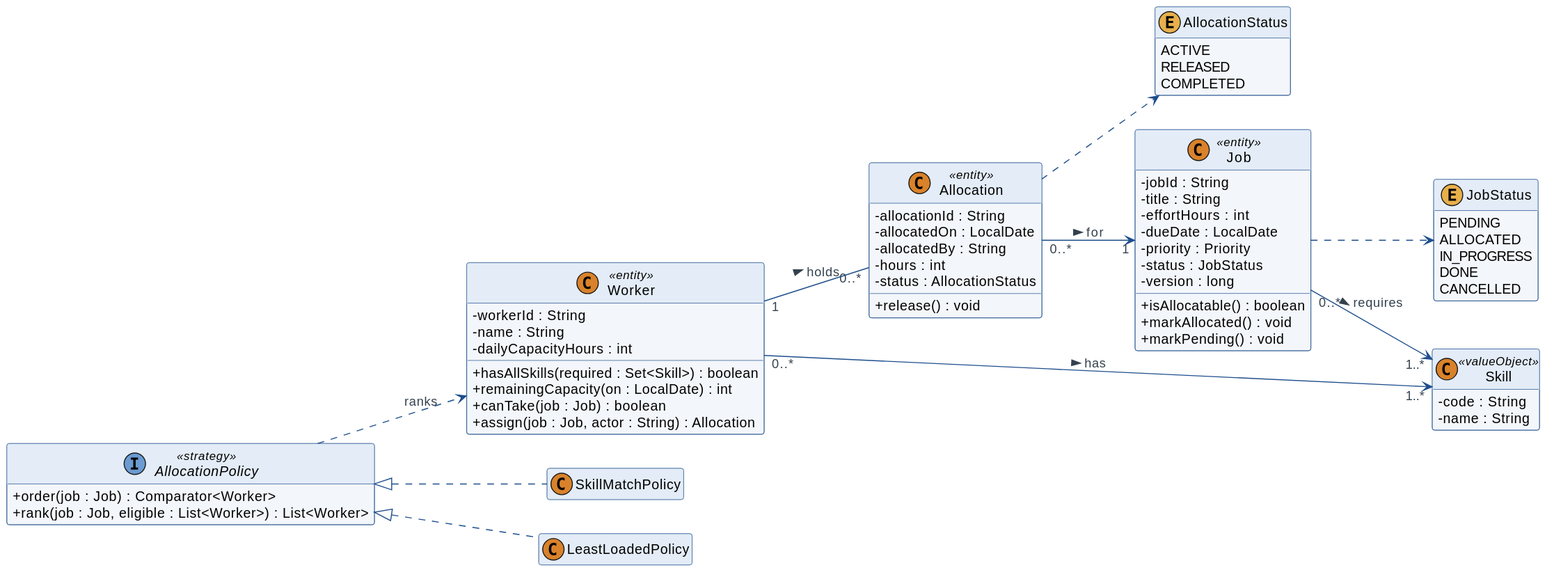
The PlantUML diagram diagrams/svg/06-domain.svg in jaricsng/ooad-3tier-job-allocation, before a commit. Its diagram source:
```plantuml
@startuml
!include style.iuml
skinparam classAttributeIconSize 0
hide empty members
left to right direction

class Worker <<entity>> {
  -workerId : String
  -name : String
  -dailyCapacityHours : int
  +hasAllSkills(required : Set<Skill>) : boolean
  +remainingCapacity(on : LocalDate) : int
  +canTake(job : Job) : boolean
  +assign(job : Job, actor : String) : Allocation
}
class Allocation <<entity>> {
  -allocationId : String
  -allocatedOn : LocalDate
  -allocatedBy : String
  -hours : int
  -status : AllocationStatus
  +release() : void
}
class Job <<entity>> {
  -jobId : String
  -title : String
  -effortHours : int
  -dueDate : LocalDate
  -priority : Priority
  -status : JobStatus
  -version : long
  +isAllocatable() : boolean
  +markAllocated() : void
  +markPending() : void
}
class Skill <<valueObject>> {
  -code : String
  -name : String
}
enum JobStatus {
  PENDING
  ALLOCATED
  IN_PROGRESS
  DONE
  CANCELLED
}
enum AllocationStatus {
  ACTIVE
  RELEASED
  COMPLETED
}
interface AllocationPolicy <<strategy>> {
  +order(job : Job) : Comparator<Worker>
  +rank(job : Job, eligible : List<Worker>) : List<Worker>
}
class SkillMatchPolicy
class LeastLoadedPolicy

Worker "1" -- "0..*" Allocation : holds >
Allocation "0..*" --> "1" Job : for >
Worker "0..*" --> "1..*" Skill : has >
Job "0..*" --> "1..*" Skill : requires >
Job ..> JobStatus
Allocation ..> AllocationStatus
AllocationPolicy <|.. SkillMatchPolicy
AllocationPolicy <|.. LeastLoadedPolicy
AllocationPolicy ..> Worker : ranks
@enduml
```
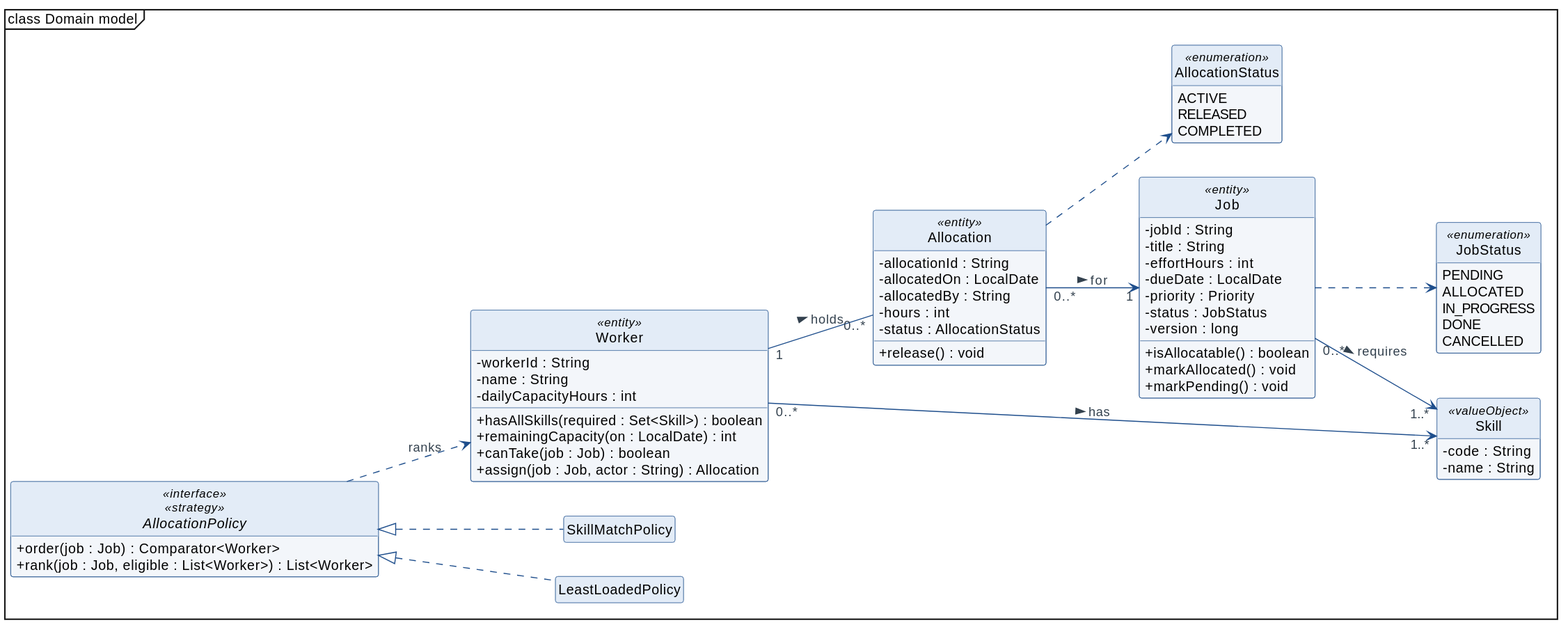
After the commit.

The edit, as a diff of the source:
```diff
@@ -1,5 +1,6 @@
 @startuml
 !include style.iuml
+mainframe class Domain model
 skinparam classAttributeIconSize 0
 hide empty members
 left to right direction
@@ -37,19 +38,19 @@
   -code : String
   -name : String
 }
-enum JobStatus {
+enum JobStatus <<enumeration>> {
   PENDING
   ALLOCATED
   IN_PROGRESS
   DONE
   CANCELLED
 }
-enum AllocationStatus {
+enum AllocationStatus <<enumeration>> {
   ACTIVE
   RELEASED
   COMPLETED
 }
-interface AllocationPolicy <<strategy>> {
+interface AllocationPolicy <<interface>> <<strategy>> {
   +order(job : Job) : Comparator<Worker>
   +rank(job : Job, eligible : List<Worker>) : List<Worker>
 }
```
